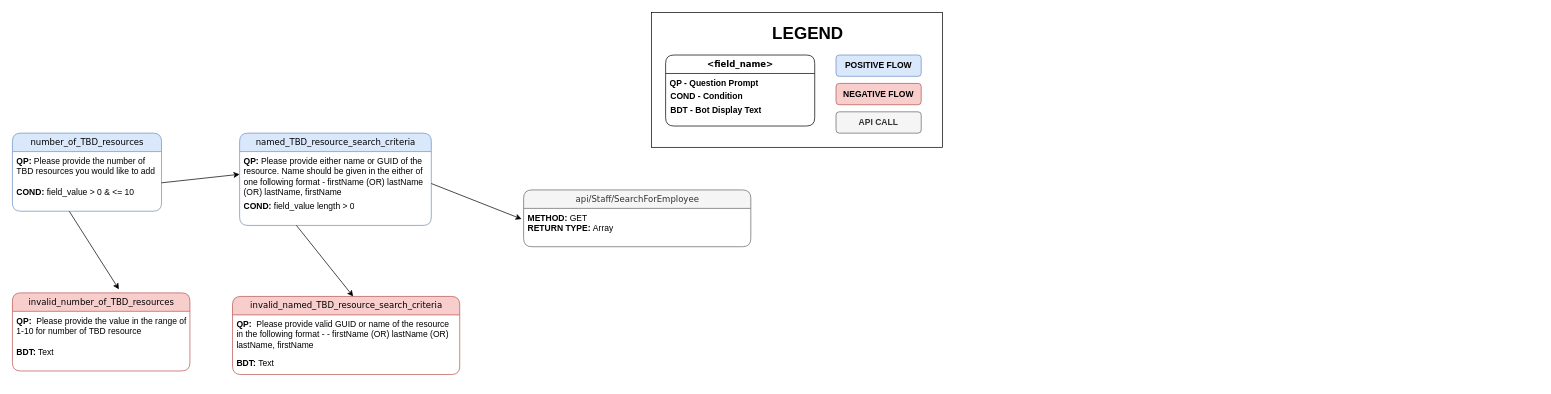
This is Untitled Diagram.drawio from sampath-E1005112/drawio-images, a draw.io file, before an edit. Source tidied: cells renumbered, new cells numbered last; positions are measured from the earlier drawing's top-left corner, leaving out a move shared by most shapes. Both pictures are drawn from the tidied source at 71%, with x=0, y=0 at pixel (12, 12).
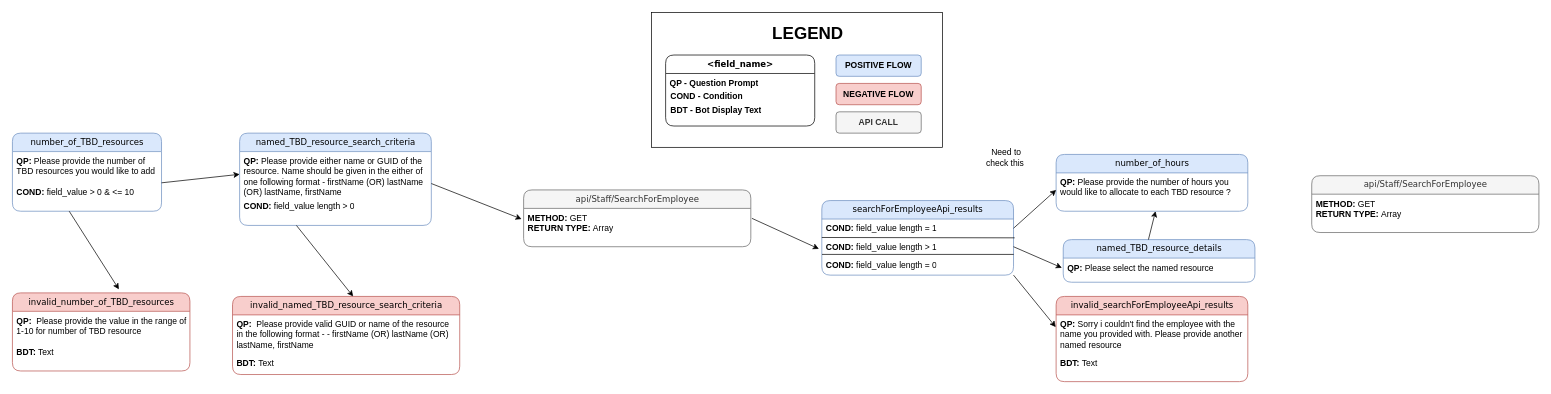
After the change.

Diff of the diagram source:
```diff
@@
+    <mxCell id="29" value="searchForEmployeeApi_results" style="swimlane;html=1;fontStyle=0;horizontal=1;startSize=26;fillColor=#dae8fc;swimlaneFillColor=#ffffff;align=center;rounded=1;shadow=0;comic=0;labelBackgroundColor=none;strokeWidth=1;fontFamily=Verdana;fontSize=12;strokeColor=#6c8ebf;" parent="1" vertex="1">
+      <mxGeometry x="1140" y="265" width="270" height="105" as="geometry" />
+    </mxCell>
+    <mxCell id="30" style="endArrow=none;html=1;rounded=0;entryX=1.006;entryY=0.019;entryDx=0;entryDy=0;entryPerimeter=0;" parent="29" edge="1" target="33">
+      <mxGeometry relative="1" as="geometry">
+        <mxPoint y="52" as="sourcePoint" />
+      </mxGeometry>
+    </mxCell>
+    <mxCell id="31" value="&lt;b&gt;COND: &lt;/b&gt;field_value length = 1" style="text;html=1;strokeColor=none;fillColor=none;spacingLeft=4;spacingRight=4;whiteSpace=wrap;overflow=hidden;points=[[0,0.5],[1,0.5]];portConstraint=eastwest;" parent="29" vertex="1">
+      <mxGeometry y="26" width="270" height="26" as="geometry" />
+    </mxCell>
+    <mxCell id="32" style="endArrow=none;html=1;rounded=0;exitX=0.001;exitY=-0.084;exitDx=0;exitDy=0;exitPerimeter=0;entryX=1.001;entryY=-0.084;entryDx=0;entryDy=0;entryPerimeter=0;" parent="29" edge="1" source="34" target="34">
+      <mxGeometry relative="1" as="geometry" />
+    </mxCell>
+    <mxCell id="33" value="&lt;b&gt;COND: &lt;/b&gt;field_value length &amp;gt; 1" style="text;html=1;strokeColor=none;fillColor=none;spacingLeft=4;spacingRight=4;whiteSpace=wrap;overflow=hidden;points=[[0,0.5],[1,0.5]];portConstraint=eastwest;" parent="29" vertex="1">
+      <mxGeometry y="52" width="270" height="26" as="geometry" />
+    </mxCell>
+    <mxCell id="34" value="&lt;b&gt;COND: &lt;/b&gt;field_value length = 0" style="text;html=1;strokeColor=none;fillColor=none;spacingLeft=4;spacingRight=4;whiteSpace=wrap;overflow=hidden;points=[[0,0.5],[1,0.5]];portConstraint=eastwest;" parent="29" vertex="1">
+      <mxGeometry y="78" width="270" height="26" as="geometry" />
+    </mxCell>
+    <mxCell id="35" style="endArrow=classic;html=1;rounded=0;entryX=-0.015;entryY=0.656;entryDx=0;entryDy=0;entryPerimeter=0;" parent="1" edge="1">
+      <mxGeometry relative="1" as="geometry">
+        <mxPoint x="1041.5" y="290" as="sourcePoint" />
+        <mxPoint x="1135.9" y="333" as="targetPoint" />
+      </mxGeometry>
+    </mxCell>
+    <mxCell id="36" value="number_of_hours" style="swimlane;html=1;fontStyle=0;horizontal=1;startSize=26;fillColor=#dae8fc;swimlaneFillColor=#ffffff;align=center;rounded=1;shadow=0;comic=0;labelBackgroundColor=none;strokeWidth=1;fontFamily=Verdana;fontSize=12;strokeColor=#6c8ebf;" parent="1" vertex="1">
+      <mxGeometry x="1470" y="200" width="270" height="80" as="geometry" />
+    </mxCell>
+    <mxCell id="37" value="&lt;b&gt;QP: &lt;/b&gt;Please provide the number of hours you would like to allocate to each TBD resource ?" style="text;html=1;strokeColor=none;fillColor=none;spacingLeft=4;spacingRight=4;whiteSpace=wrap;overflow=hidden;" parent="36" vertex="1">
+      <mxGeometry y="26" width="270" height="34" as="geometry" />
+    </mxCell>
+    <mxCell id="38" style="endArrow=classic;html=1;rounded=0;entryX=-0.015;entryY=0.656;entryDx=0;entryDy=0;entryPerimeter=0;exitX=1;exitY=0.5;exitDx=0;exitDy=0;" parent="1" edge="1" source="31">
+      <mxGeometry relative="1" as="geometry">
+        <mxPoint x="1470" y="250" as="targetPoint" />
+      </mxGeometry>
+    </mxCell>
+    <mxCell id="39" value="named_TBD_resource_details" style="swimlane;html=1;fontStyle=0;horizontal=1;startSize=26;fillColor=#dae8fc;swimlaneFillColor=#ffffff;align=center;rounded=1;shadow=0;comic=0;labelBackgroundColor=none;strokeWidth=1;fontFamily=Verdana;fontSize=12;strokeColor=#6c8ebf;" parent="1" vertex="1">
+      <mxGeometry x="1480" y="320" width="270" height="60" as="geometry" />
+    </mxCell>
+    <mxCell id="40" style="endArrow=classic;html=1;rounded=0;exitX=1;exitY=0.5;exitDx=0;exitDy=0;" parent="39" edge="1">
+      <mxGeometry relative="1" as="geometry">
+        <mxPoint x="120" as="sourcePoint" />
+        <mxPoint x="130" y="-40" as="targetPoint" />
+      </mxGeometry>
+    </mxCell>
+    <mxCell id="41" value="&lt;b&gt;QP: &lt;/b&gt;Please select the named resource" style="text;html=1;strokeColor=none;fillColor=none;spacingLeft=4;spacingRight=4;whiteSpace=wrap;overflow=hidden;points=[[0,0.5],[1,0.5]];portConstraint=eastwest;" parent="39" vertex="1">
+      <mxGeometry y="26" width="270" height="34" as="geometry" />
+    </mxCell>
+    <mxCell id="42" style="endArrow=classic;html=1;rounded=0;entryX=-0.007;entryY=0.402;entryDx=0;entryDy=0;entryPerimeter=0;exitX=1;exitY=0.5;exitDx=0;exitDy=0;" parent="1" edge="1" target="41">
+      <mxGeometry relative="1" as="geometry">
+        <mxPoint x="1410" y="330" as="sourcePoint" />
+      </mxGeometry>
+    </mxCell>
+    <mxCell id="43" value="invalid_searchForEmployeeApi_results" style="swimlane;html=1;fontStyle=0;horizontal=1;startSize=26;fillColor=#f8cecc;swimlaneFillColor=#ffffff;align=center;rounded=1;shadow=0;comic=0;labelBackgroundColor=none;strokeWidth=1;fontFamily=Verdana;fontSize=12;strokeColor=#b85450;" parent="1" vertex="1">
+      <mxGeometry x="1470" y="400" width="270" height="120" as="geometry" />
+    </mxCell>
+    <mxCell id="44" value="&lt;b&gt;QP: &lt;/b&gt;Sorry i couldn't find the employee with the name you provided with. Please provide another named resource" style="text;html=1;strokeColor=none;fillColor=none;spacingLeft=4;spacingRight=4;whiteSpace=wrap;overflow=hidden;points=[[0,0.5],[1,0.5]];portConstraint=eastwest;" parent="43" vertex="1">
+      <mxGeometry y="26" width="270" height="54" as="geometry" />
+    </mxCell>
+    <mxCell id="45" value="&lt;b&gt;BDT: &lt;/b&gt;Text" style="text;html=1;strokeColor=none;fillColor=none;spacingLeft=4;spacingRight=4;whiteSpace=wrap;overflow=hidden;" parent="43" vertex="1">
+      <mxGeometry y="80" width="270" height="30" as="geometry" />
+    </mxCell>
+    <mxCell id="46" style="endArrow=classic;html=1;rounded=0;entryX=-0.002;entryY=0.317;entryDx=0;entryDy=0;entryPerimeter=0;exitX=1;exitY=0.5;exitDx=0;exitDy=0;" parent="1" edge="1" target="44">
+      <mxGeometry relative="1" as="geometry">
+        <mxPoint x="1410" y="370" as="sourcePoint" />
+      </mxGeometry>
+    </mxCell>
+    <mxCell id="47" value="Need to check this&amp;nbsp;" style="text;html=1;align=center;verticalAlign=middle;whiteSpace=wrap;rounded=0;" parent="1" vertex="1">
+      <mxGeometry x="1370" y="190" width="60" height="30" as="geometry" />
+    </mxCell>
+    <mxCell id="48" value="api/Staff/SearchForEmployee" style="swimlane;html=1;fontStyle=0;horizontal=1;startSize=26;fillColor=#f5f5f5;swimlaneFillColor=#ffffff;align=center;rounded=1;shadow=0;comic=0;labelBackgroundColor=none;strokeWidth=1;fontFamily=Verdana;fontSize=12;strokeColor=#666666;fontColor=#333333;" parent="1" vertex="1">
+      <mxGeometry x="1830" y="230" width="320" height="80" as="geometry" />
+    </mxCell>
+    <mxCell id="49" value="&lt;b&gt;METHOD: &lt;/b&gt;GET&lt;br&gt;&lt;div&gt;&lt;b&gt;RETURN TYPE: &lt;/b&gt;Array&lt;/div&gt;" style="text;html=1;strokeColor=none;fillColor=none;spacingLeft=4;spacingRight=4;whiteSpace=wrap;overflow=hidden;" parent="48" vertex="1">
+      <mxGeometry y="26" width="320" height="54" as="geometry" />
+    </mxCell>
```
